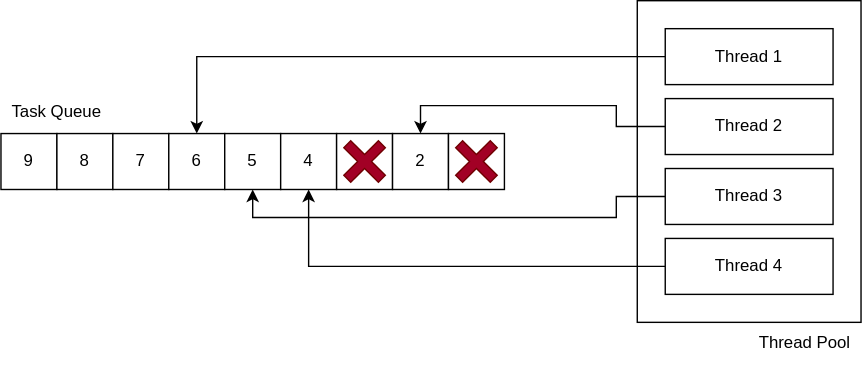
This is Report/images/assets/ThreadPool2.svg from TommasoCosimi/UniMORE_OperatingSystemsDesign_Project, a draw.io export, as it was before one commit. Source tidied: cells renumbered, new cells last; positions are measured from the earlier drawing's top-left corner, leaving out a move shared by most shapes.
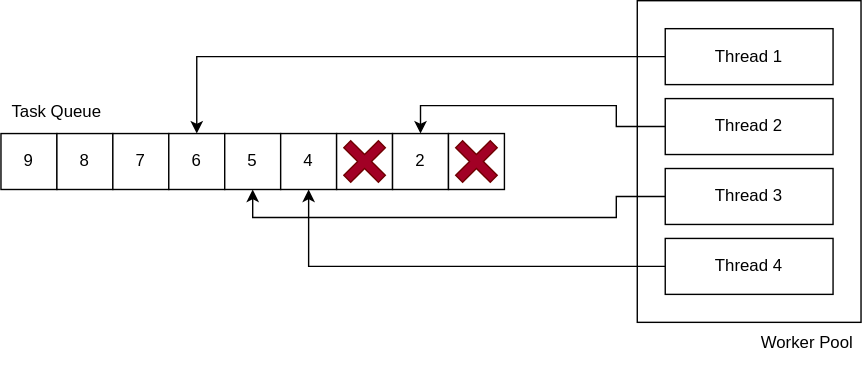
Later version of the same file.

Diff of the diagram source:
```diff
@@ -110,7 +110,7 @@
     <mxCell id="33" value="1" style="text;html=1;strokeColor=none;fillColor=none;align=center;verticalAlign=middle;whiteSpace=wrap;rounded=0;" parent="1" vertex="1">
       <mxGeometry x="330" y="100" width="20" height="30" as="geometry" />
     </mxCell>
-    <mxCell id="34" value="Thread Pool" style="text;html=1;strokeColor=none;fillColor=none;align=center;verticalAlign=middle;whiteSpace=wrap;rounded=0;" parent="1" vertex="1">
+    <mxCell id="34" value="&amp;nbsp;Worker Pool" style="text;html=1;strokeColor=none;fillColor=none;align=center;verticalAlign=middle;whiteSpace=wrap;rounded=0;" parent="1" vertex="1">
       <mxGeometry x="535" y="230" width="80" height="30" as="geometry" />
     </mxCell>
     <mxCell id="35" style="shape=cross;whiteSpace=wrap;html=1;fillColor=#a20025;fontColor=#ffffff;strokeColor=#6F0000;rotation=45;" parent="1" vertex="1">
```
